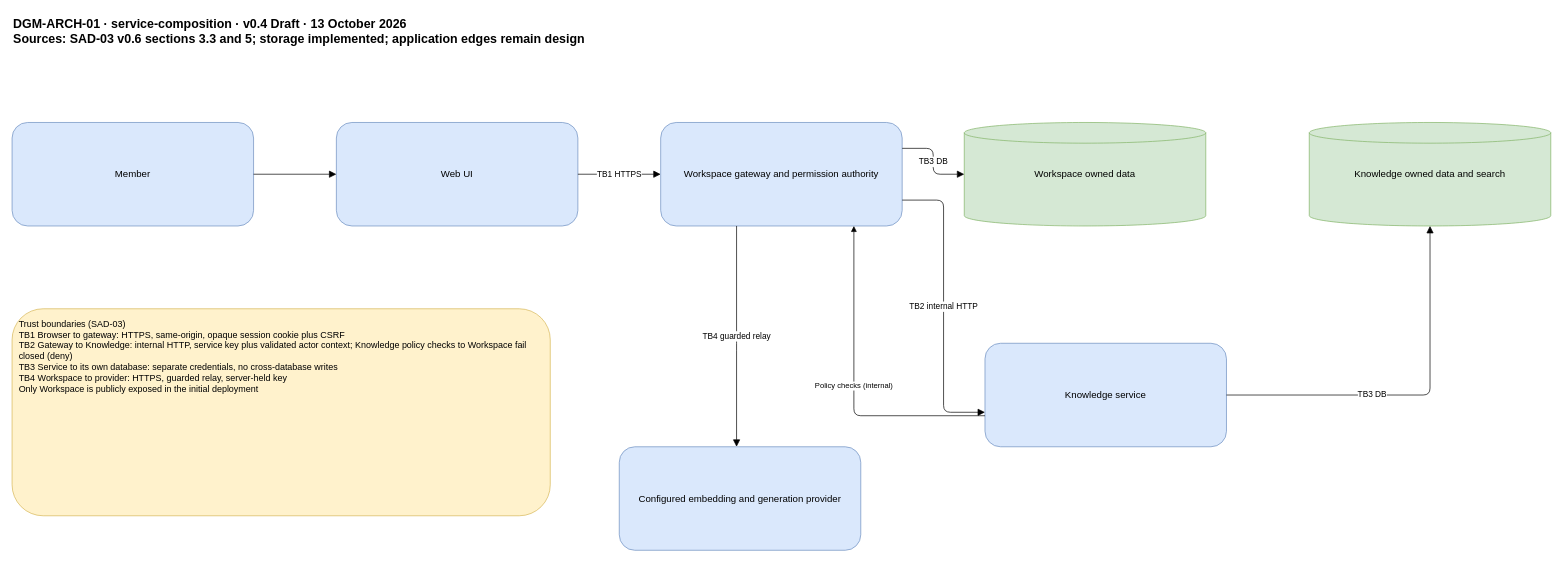
Earlier version of the draw.io diagram docs/sdlc/diagrams/architecture/service-composition.drawio (900M100CK/scrum-workspace-KMS-ai). Source tidied: cells renumbered, new cells numbered last; positions are measured from the earlier drawing's top-left corner, leaving out a move shared by most shapes. Both pictures are drawn from the tidied source at 69%, with x=0, y=0 at pixel (12, 12).
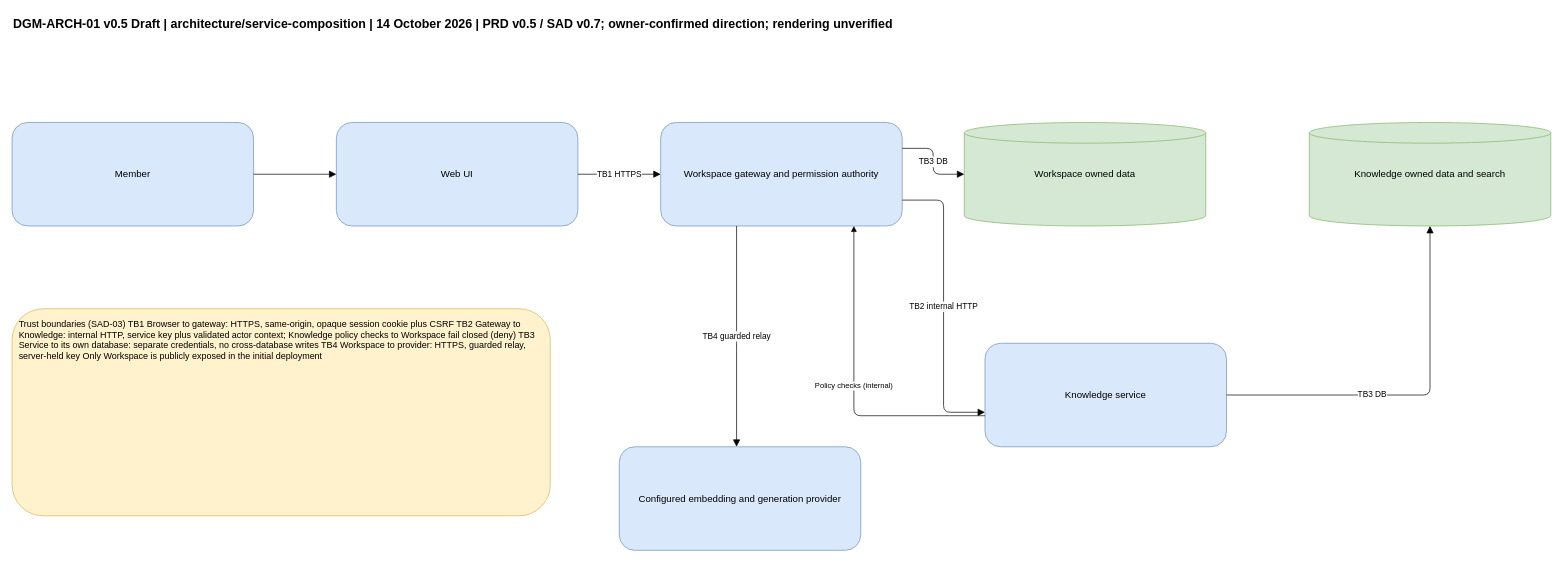
Above is the later version.

What changed in the source:
```diff
@@
 <mxGraphModel>
   <root>
     <mxCell id="0" />
     <mxCell id="1" parent="0" />
-    <mxCell id="2" value="DGM-ARCH-01 · service-composition · v0.4 Draft · 13 October 2026&#10;Sources: SAD-03 v0.6 sections 3.3 and 5; storage implemented; application edges remain design" style="text;html=1;whiteSpace=wrap;fontSize=18;fontStyle=1;align=left;" parent="1" vertex="1">
+    <mxCell id="2" value="DGM-ARCH-01 v0.5 Draft | architecture/service-composition | 14 October 2026 | PRD v0.5 / SAD v0.7; owner-confirmed direction; rendering unverified" style="text;html=1;whiteSpace=wrap;fontSize=18;fontStyle=1;align=left;" parent="1" vertex="1">
       <mxGeometry width="2230" height="100" as="geometry" />
     </mxCell>
     <mxCell id="3" value="Member" style="rounded=1;fillColor=#dae8fc;strokeColor=#6c8ebf;whiteSpace=wrap;html=1;fontSize=14;spacing=12;" parent="1" vertex="1">
       <mxGeometry y="160" width="350" height="150" as="geometry" />
     </mxCell>
     <mxCell id="4" value="Web UI" style="rounded=1;fillColor=#dae8fc;strokeColor=#6c8ebf;whiteSpace=wrap;html=1;fontSize=14;spacing=12;" parent="1" vertex="1">
       <mxGeometry x="470" y="160" width="350" height="150" as="geometry" />
     </mxCell>
     <mxCell id="5" value="Workspace gateway and permission authority" style="rounded=1;fillColor=#dae8fc;strokeColor=#6c8ebf;whiteSpace=wrap;html=1;fontSize=14;spacing=12;" parent="1" vertex="1">
       <mxGeometry x="940" y="160" width="350" height="150" as="geometry" />
     </mxCell>
     <mxCell id="6" value="Workspace owned data" style="shape=cylinder3;fillColor=#d5e8d4;strokeColor=#82b366;whiteSpace=wrap;html=1;fontSize=14;spacing=12;" parent="1" vertex="1">
       <mxGeometry x="1380" y="160" width="350" height="150" as="geometry" />
     </mxCell>
     <mxCell id="7" value="Knowledge service" style="rounded=1;fillColor=#dae8fc;strokeColor=#6c8ebf;whiteSpace=wrap;html=1;fontSize=14;spacing=12;" parent="1" vertex="1">
       <mxGeometry x="1410" y="480" width="350" height="150" as="geometry" />
     </mxCell>
     <mxCell id="8" value="Knowledge owned data and search" style="shape=cylinder3;fillColor=#d5e8d4;strokeColor=#82b366;whiteSpace=wrap;html=1;fontSize=14;spacing=12;" parent="1" vertex="1">
       <mxGeometry x="1880" y="160" width="350" height="150" as="geometry" />
     </mxCell>
     <mxCell id="9" value="Configured embedding and generation provider" style="rounded=1;fillColor=#dae8fc;strokeColor=#6c8ebf;whiteSpace=wrap;html=1;fontSize=14;spacing=12;" parent="1" vertex="1">
       <mxGeometry x="880" y="630" width="350" height="150" as="geometry" />
     </mxCell>
     <mxCell id="10" style="edgeStyle=orthogonalEdgeStyle;rounded=1;jettySize=auto;html=1;endArrow=block;endSize=8;fontSize=12;labelBackgroundColor=#ffffff;" parent="1" edge="1" source="3" target="4">
       <mxGeometry relative="1" as="geometry" />
     </mxCell>
     <mxCell id="11" value="TB1 HTTPS" style="edgeStyle=orthogonalEdgeStyle;rounded=1;jettySize=auto;html=1;endArrow=block;endSize=8;fontSize=12;labelBackgroundColor=#ffffff;" parent="1" edge="1" source="4" target="5">
       <mxGeometry relative="1" as="geometry" />
     </mxCell>
     <mxCell id="12" value="TB3 DB" style="edgeStyle=orthogonalEdgeStyle;rounded=1;jettySize=auto;html=1;endArrow=block;endSize=8;fontSize=12;labelBackgroundColor=#ffffff;exitX=1;exitY=0.25;exitDx=0;exitDy=0;" parent="1" edge="1" source="5" target="6">
       <mxGeometry relative="1" as="geometry" />
     </mxCell>
     <mxCell id="13" value="TB2 internal HTTP" style="edgeStyle=orthogonalEdgeStyle;rounded=1;jettySize=auto;html=1;endArrow=block;endSize=8;fontSize=12;labelBackgroundColor=#ffffff;exitX=1;exitY=0.75;exitDx=0;exitDy=0;entryX=0;entryY=0.666667;entryDx=0;entryDy=0;" parent="1" edge="1" source="5" target="7">
       <mxGeometry relative="1" as="geometry" />
     </mxCell>
     <mxCell id="14" value="TB3 DB" style="edgeStyle=orthogonalEdgeStyle;rounded=1;jettySize=auto;html=1;endArrow=block;endSize=8;fontSize=12;labelBackgroundColor=#ffffff;" parent="1" edge="1" source="7" target="8">
       <mxGeometry x="-0.22" relative="1" as="geometry" />
     </mxCell>
     <mxCell id="15" value="Policy checks (internal)" style="rounded=1;jettySize=auto;html=1;endArrow=block;entryX=0.5;entryY=1;edgeStyle=orthogonalEdgeStyle;exitX=-0.001;exitY=0.531;exitDx=0;exitDy=0;exitPerimeter=0;exitX=0;exitY=0.7;entryX=0.8;entryY=1;" parent="1" edge="1" source="7" target="5">
       <mxGeometry relative="1" as="geometry" />
     </mxCell>
     <mxCell id="16" value="TB4 guarded relay" style="edgeStyle=orthogonalEdgeStyle;rounded=1;jettySize=auto;html=1;endArrow=block;endSize=8;fontSize=12;labelBackgroundColor=#ffffff;" parent="1" edge="1" source="5" target="9">
       <mxGeometry relative="1" as="geometry">
         <Array as="points">
           <mxPoint x="1050" y="480" />
           <mxPoint x="1050" y="480" />
         </Array>
       </mxGeometry>
     </mxCell>
-    <mxCell id="17" value="Trust boundaries (SAD-03)&#10;TB1 Browser to gateway: HTTPS, same-origin, opaque session cookie plus CSRF&#10;TB2 Gateway to Knowledge: internal HTTP, service key plus validated actor context; Knowledge policy checks to Workspace fail closed (deny)&#10;TB3 Service to its own database: separate credentials, no cross-database writes&#10;TB4 Workspace to provider: HTTPS, guarded relay, server-held key&#10;Only Workspace is publicly exposed in the initial deployment" style="rounded=1;fillColor=#fff2cc;strokeColor=#d6b656;align=left;verticalAlign=top;whiteSpace=wrap;html=0;fontSize=13;spacing=10;" parent="1" vertex="1">
+    <mxCell id="17" value="Trust boundaries (SAD-03) TB1 Browser to gateway: HTTPS, same-origin, opaque session cookie plus CSRF TB2 Gateway to Knowledge: internal HTTP, service key plus validated actor context; Knowledge policy checks to Workspace fail closed (deny) TB3 Service to its own database: separate credentials, no cross-database writes TB4 Workspace to provider: HTTPS, guarded relay, server-held key Only Workspace is publicly exposed in the initial deployment" style="rounded=1;fillColor=#fff2cc;strokeColor=#d6b656;align=left;verticalAlign=top;whiteSpace=wrap;html=0;fontSize=13;spacing=10;" parent="1" vertex="1">
       <mxGeometry y="430" width="780" height="300" as="geometry" />
     </mxCell>
   </root>
 </mxGraphModel>
```
